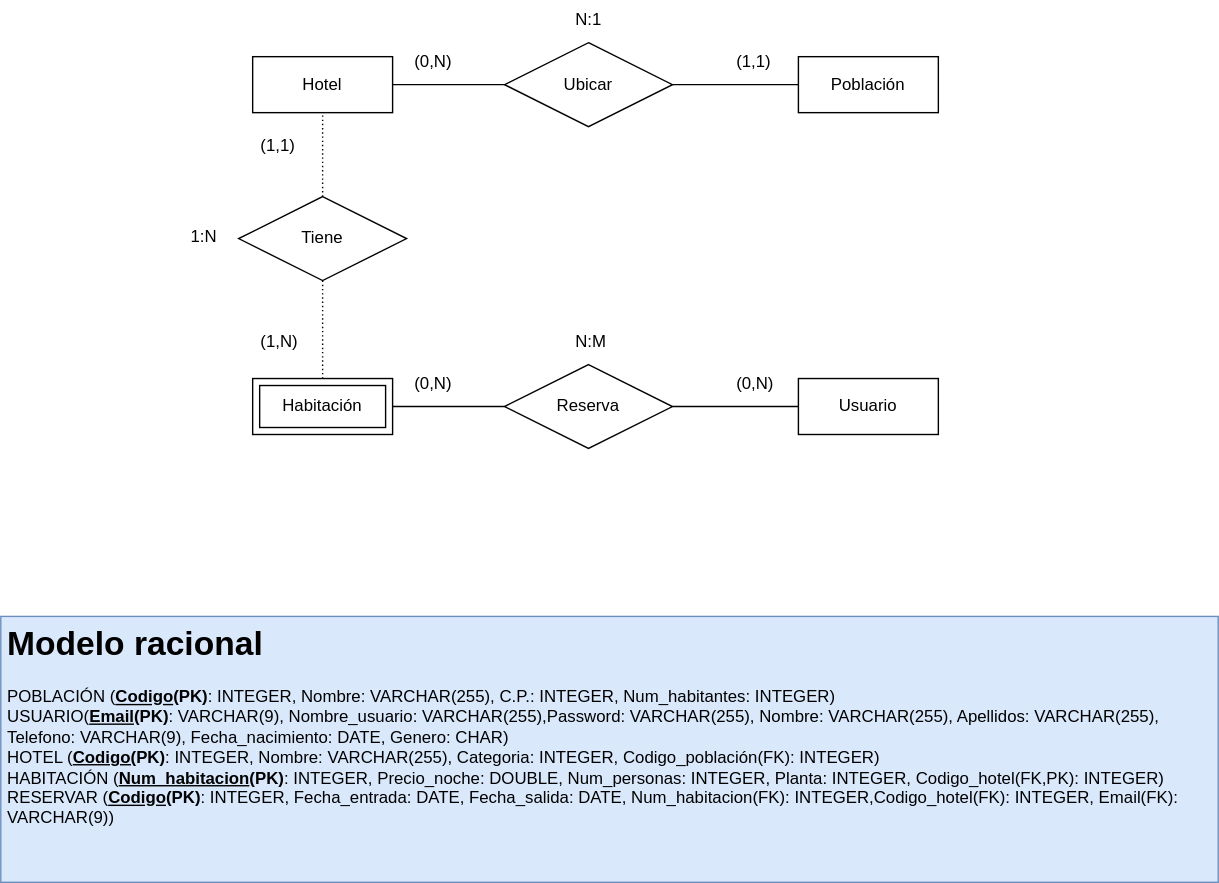
BCR22-Team4-ProyectoFinal/Database_diagrama keeps this draw.io diagram as Hotelio1.0.svg. Above is the earlier version. Source tidied: cells renumbered, new cells last; positions are measured from the earlier drawing's top-left corner, leaving out a move shared by most shapes.
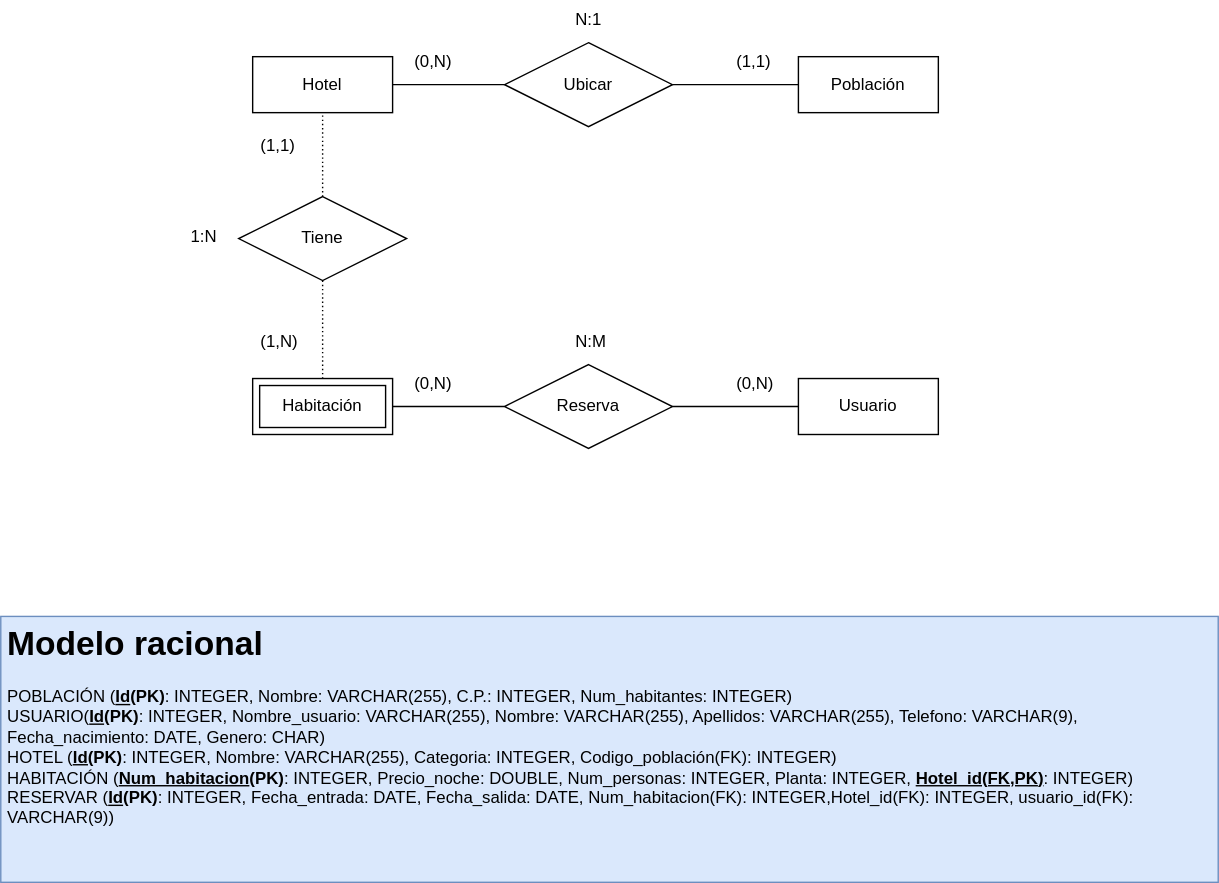
The same diagram one commit later.

What changed in the source:
```diff
@@ -70,7 +70,7 @@
     <mxCell id="23" value="N:M" style="text;strokeColor=none;fillColor=none;spacingLeft=4;spacingRight=4;overflow=hidden;fontSize=12;" parent="1" vertex="1">
       <mxGeometry x="405" y="230" width="40" height="30" as="geometry" />
     </mxCell>
-    <mxCell id="24" value="&lt;h1&gt;Modelo racional&lt;/h1&gt;&lt;div&gt;POBLACIÓN (&lt;b&gt;&lt;u&gt;Codigo&lt;/u&gt;(PK)&lt;/b&gt;: INTEGER, Nombre: VARCHAR(255), C.P.: INTEGER, Num_habitantes: INTEGER)&lt;/div&gt;&lt;div&gt;USUARIO(&lt;b&gt;&lt;u&gt;Email&lt;/u&gt;(PK)&lt;/b&gt;: VARCHAR(9), Nombre_usuario: VARCHAR(255),Password: VARCHAR(255), Nombre: VARCHAR(255), Apellidos: VARCHAR(255), Telefono: VARCHAR(9), Fecha_nacimiento: DATE, Genero: CHAR)&lt;/div&gt;&lt;div&gt;HOTEL (&lt;b&gt;&lt;u&gt;Codigo(&lt;/u&gt;PK)&lt;/b&gt;: INTEGER, Nombre: VARCHAR(255), Categoria: INTEGER, Codigo_población(FK): INTEGER)&lt;/div&gt;&lt;div&gt;HABITACIÓN (&lt;b&gt;&lt;u&gt;Num_habitacion&lt;/u&gt;(PK)&lt;/b&gt;: INTEGER, Precio_noche: DOUBLE, Num_personas: INTEGER, Planta: INTEGER, Codigo_hotel(FK,PK&lt;span style=&quot;background-color: initial;&quot;&gt;): INTEGER)&lt;/span&gt;&lt;/div&gt;&lt;div&gt;RESERVAR (&lt;b&gt;&lt;u&gt;Codigo&lt;/u&gt;(PK)&lt;/b&gt;: INTEGER, Fecha_entrada: DATE, Fecha_salida: DATE, Num_habitacion(FK): INTEGER,Codigo_hotel(FK): INTEGER, Email(FK): VARCHAR(9))&lt;/div&gt;" style="text;html=1;strokeColor=#6c8ebf;fillColor=#dae8fc;spacing=5;spacingTop=-20;whiteSpace=wrap;overflow=hidden;rounded=0;" parent="1" vertex="1">
+    <mxCell id="24" value="&lt;h1&gt;Modelo racional&lt;/h1&gt;&lt;div&gt;POBLACIÓN (&lt;b&gt;&lt;u&gt;Id&lt;/u&gt;(PK)&lt;/b&gt;: INTEGER, Nombre: VARCHAR(255), C.P.: INTEGER, Num_habitantes: INTEGER)&lt;/div&gt;&lt;div&gt;USUARIO(&lt;b&gt;&lt;u&gt;Id&lt;/u&gt;(PK)&lt;/b&gt;: INTEGER, Nombre_usuario: VARCHAR(255), Nombre: VARCHAR(255), Apellidos: VARCHAR(255), Telefono: VARCHAR(9), Fecha_nacimiento: DATE, Genero: CHAR)&lt;/div&gt;&lt;div&gt;HOTEL (&lt;b&gt;&lt;u&gt;Id(&lt;/u&gt;PK)&lt;/b&gt;: INTEGER, Nombre: VARCHAR(255), Categoria: INTEGER, Codigo_población(FK): INTEGER)&lt;/div&gt;&lt;div&gt;HABITACIÓN (&lt;b&gt;&lt;u&gt;Num_habitacion&lt;/u&gt;(PK)&lt;/b&gt;: INTEGER, Precio_noche: DOUBLE, Num_personas: INTEGER, Planta: INTEGER, &lt;b&gt;&lt;u&gt;Hotel_id(FK,PK&lt;/u&gt;&lt;/b&gt;&lt;span style=&quot;background-color: initial;&quot;&gt;&lt;b&gt;&lt;u&gt;)&lt;/u&gt;&lt;/b&gt;: INTEGER)&lt;/span&gt;&lt;/div&gt;&lt;div&gt;RESERVAR (&lt;b&gt;&lt;u&gt;Id&lt;/u&gt;(PK)&lt;/b&gt;: INTEGER, Fecha_entrada: DATE, Fecha_salida: DATE, Num_habitacion(FK): INTEGER,Hotel_id(FK): INTEGER, usuario_id(FK): VARCHAR(9))&lt;/div&gt;" style="text;html=1;strokeColor=#6c8ebf;fillColor=#dae8fc;spacing=5;spacingTop=-20;whiteSpace=wrap;overflow=hidden;rounded=0;" parent="1" vertex="1">
       <mxGeometry y="440" width="870" height="190" as="geometry" />
     </mxCell>
   </root>
```
